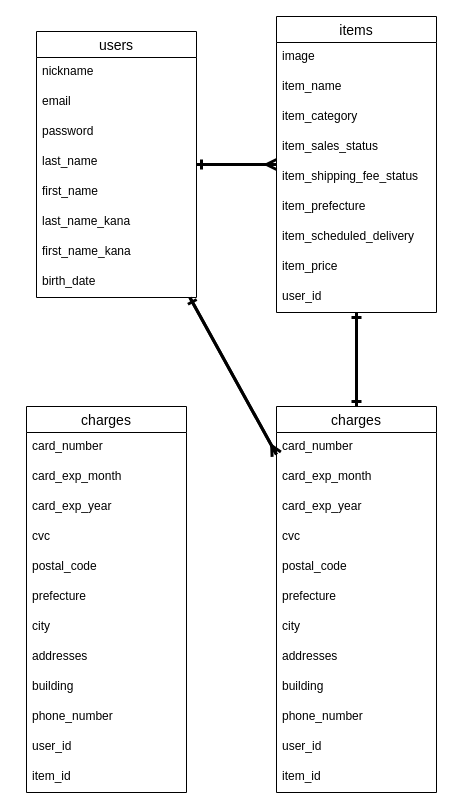
Before: furima.dio in yw6870/furima-32560, a draw.io diagram. Source tidied: cells renumbered, new cells numbered last; positions are measured from the earlier drawing's top-left corner, leaving out a move shared by most shapes. Both pictures are drawn from the tidied source at 100%, with x=0, y=0 at pixel (26, 16).
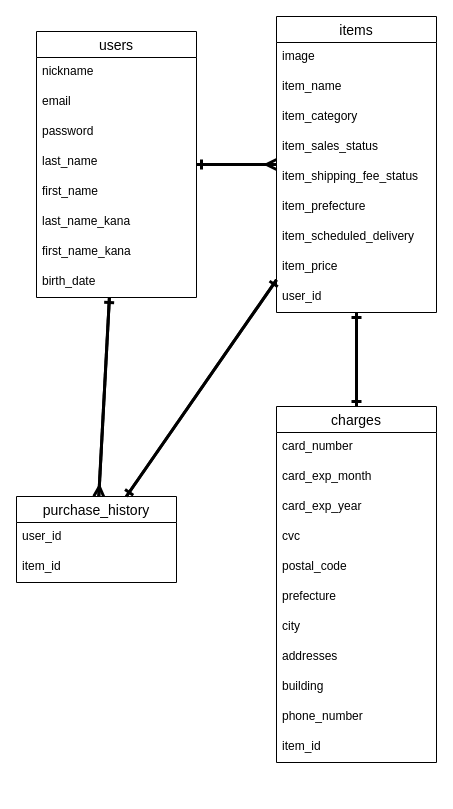
The same page after the edit.

Commit message (it also covers changes not shown here):
READMDファイル修正

Unchanged cells that the change refers to:
```xml
<mxCell id="2" value="users" style="swimlane;fontStyle=0;horizontal=1;startSize=26;align=center;fontSize=14;" parent="1" vertex="1">
  <mxGeometry x="10" y="15" width="160" height="266" as="geometry" />
</mxCell>
<mxCell id="11" value="items" style="swimlane;fontStyle=0;horizontal=1;startSize=26;align=center;fontSize=14;" parent="1" vertex="1">
  <mxGeometry x="250" width="160" height="296" as="geometry" />
</mxCell>
```

Change to the diagram source:
```diff
@@
     <mxCell id="21" value="charges" style="swimlane;fontStyle=0;horizontal=1;startSize=26;align=center;fontSize=14;" parent="1" vertex="1">
-      <mxGeometry x="250" y="390" width="160" height="386" as="geometry" />
+      <mxGeometry x="250" y="390" width="160" height="356" as="geometry" />
     </mxCell>
@@
-    <mxCell id="32" value="user_id" style="text;strokeColor=none;fillColor=none;spacingLeft=4;spacingRight=4;overflow=hidden;fontSize=12;" parent="21" vertex="1">
-      <mxGeometry y="326" width="160" height="30" as="geometry" />
-    </mxCell>
     <mxCell id="33" value="item_id" style="text;strokeColor=none;fillColor=none;spacingLeft=4;spacingRight=4;overflow=hidden;fontSize=12;" parent="21" vertex="1">
-      <mxGeometry y="356" width="160" height="30" as="geometry" />
+      <mxGeometry y="326" width="160" height="30" as="geometry" />
     </mxCell>
@@
-    <mxCell id="38" style="fontSize=12;html=1;endArrow=ERone;endFill=1;strokeWidth=3;" parent="1" edge="1" source="21" target="2">
+    <mxCell id="38" style="fontSize=12;html=1;endArrow=ERone;endFill=1;strokeWidth=3;" parent="1" edge="1" source="40" target="2">
       <mxGeometry relative="1" as="geometry" />
     </mxCell>
-    <mxCell id="39" style="fontSize=12;html=1;endArrow=ERmany;strokeWidth=3;" parent="1" edge="1" source="2" target="21">
+    <mxCell id="39" style="fontSize=12;html=1;endArrow=ERmany;strokeWidth=3;" parent="1" edge="1" source="2" target="40">
       <mxGeometry relative="1" as="geometry" />
     </mxCell>
-    <mxCell id="40" value="charges" style="swimlane;fontStyle=0;horizontal=1;startSize=26;align=center;fontSize=14;" parent="1" vertex="1">
-      <mxGeometry y="390" width="160" height="386" as="geometry" />
+    <mxCell id="40" value="purchase_history" style="swimlane;fontStyle=0;horizontal=1;startSize=26;align=center;fontSize=14;" parent="1" vertex="1">
+      <mxGeometry x="-10" y="480" width="160" height="86" as="geometry" />
     </mxCell>
-    <mxCell id="41" value="card_number" style="text;strokeColor=none;fillColor=none;spacingLeft=4;spacingRight=4;overflow=hidden;fontSize=12;" parent="40" vertex="1">
-      <mxGeometry y="26" width="160" height="30" as="geometry" />
-    </mxCell>
-    <mxCell id="42" value="card_exp_month" style="text;strokeColor=none;fillColor=none;spacingLeft=4;spacingRight=4;overflow=hidden;fontSize=12;" parent="40" vertex="1">
-      <mxGeometry y="56" width="160" height="30" as="geometry" />
-    </mxCell>
-    <mxCell id="43" value="card_exp_year" style="text;strokeColor=none;fillColor=none;spacingLeft=4;spacingRight=4;overflow=hidden;fontSize=12;" parent="40" vertex="1">
-      <mxGeometry y="86" width="160" height="30" as="geometry" />
-    </mxCell>
-    <mxCell id="44" value="cvc" style="text;strokeColor=none;fillColor=none;spacingLeft=4;spacingRight=4;overflow=hidden;fontSize=12;" parent="40" vertex="1">
-      <mxGeometry y="116" width="160" height="30" as="geometry" />
-    </mxCell>
-    <mxCell id="45" value="postal_code" style="text;strokeColor=none;fillColor=none;spacingLeft=4;spacingRight=4;overflow=hidden;fontSize=12;" parent="40" vertex="1">
-      <mxGeometry y="146" width="160" height="30" as="geometry" />
-    </mxCell>
-    <mxCell id="46" value="prefecture" style="text;strokeColor=none;fillColor=none;spacingLeft=4;spacingRight=4;overflow=hidden;fontSize=12;" parent="40" vertex="1">
-      <mxGeometry y="176" width="160" height="30" as="geometry" />
-    </mxCell>
-    <mxCell id="47" value="city" style="text;strokeColor=none;fillColor=none;spacingLeft=4;spacingRight=4;overflow=hidden;fontSize=12;" parent="40" vertex="1">
-      <mxGeometry y="206" width="160" height="30" as="geometry" />
-    </mxCell>
-    <mxCell id="48" value="addresses" style="text;strokeColor=none;fillColor=none;spacingLeft=4;spacingRight=4;overflow=hidden;fontSize=12;" parent="40" vertex="1">
-      <mxGeometry y="236" width="160" height="30" as="geometry" />
-    </mxCell>
-    <mxCell id="49" value="building" style="text;strokeColor=none;fillColor=none;spacingLeft=4;spacingRight=4;overflow=hidden;fontSize=12;" parent="40" vertex="1">
-      <mxGeometry y="266" width="160" height="30" as="geometry" />
-    </mxCell>
-    <mxCell id="50" value="phone_number" style="text;strokeColor=none;fillColor=none;spacingLeft=4;spacingRight=4;overflow=hidden;fontSize=12;" parent="40" vertex="1">
-      <mxGeometry y="296" width="160" height="30" as="geometry" />
-    </mxCell>
     <mxCell id="51" value="user_id" style="text;strokeColor=none;fillColor=none;spacingLeft=4;spacingRight=4;overflow=hidden;fontSize=12;" parent="40" vertex="1">
-      <mxGeometry y="326" width="160" height="30" as="geometry" />
+      <mxGeometry y="26" width="160" height="30" as="geometry" />
     </mxCell>
     <mxCell id="52" value="item_id" style="text;strokeColor=none;fillColor=none;spacingLeft=4;spacingRight=4;overflow=hidden;fontSize=12;" parent="40" vertex="1">
-      <mxGeometry y="356" width="160" height="30" as="geometry" />
+      <mxGeometry y="56" width="160" height="30" as="geometry" />
     </mxCell>
+    <mxCell id="53" style="fontSize=12;html=1;endArrow=ERone;endFill=1;strokeWidth=3;" parent="1" edge="1" source="11" target="40">
+      <mxGeometry relative="1" as="geometry" />
+    </mxCell>
+    <mxCell id="54" style="fontSize=12;html=1;endArrow=ERone;endFill=1;strokeWidth=3;" parent="1" edge="1" source="40" target="11">
+      <mxGeometry relative="1" as="geometry" />
+    </mxCell>
```
